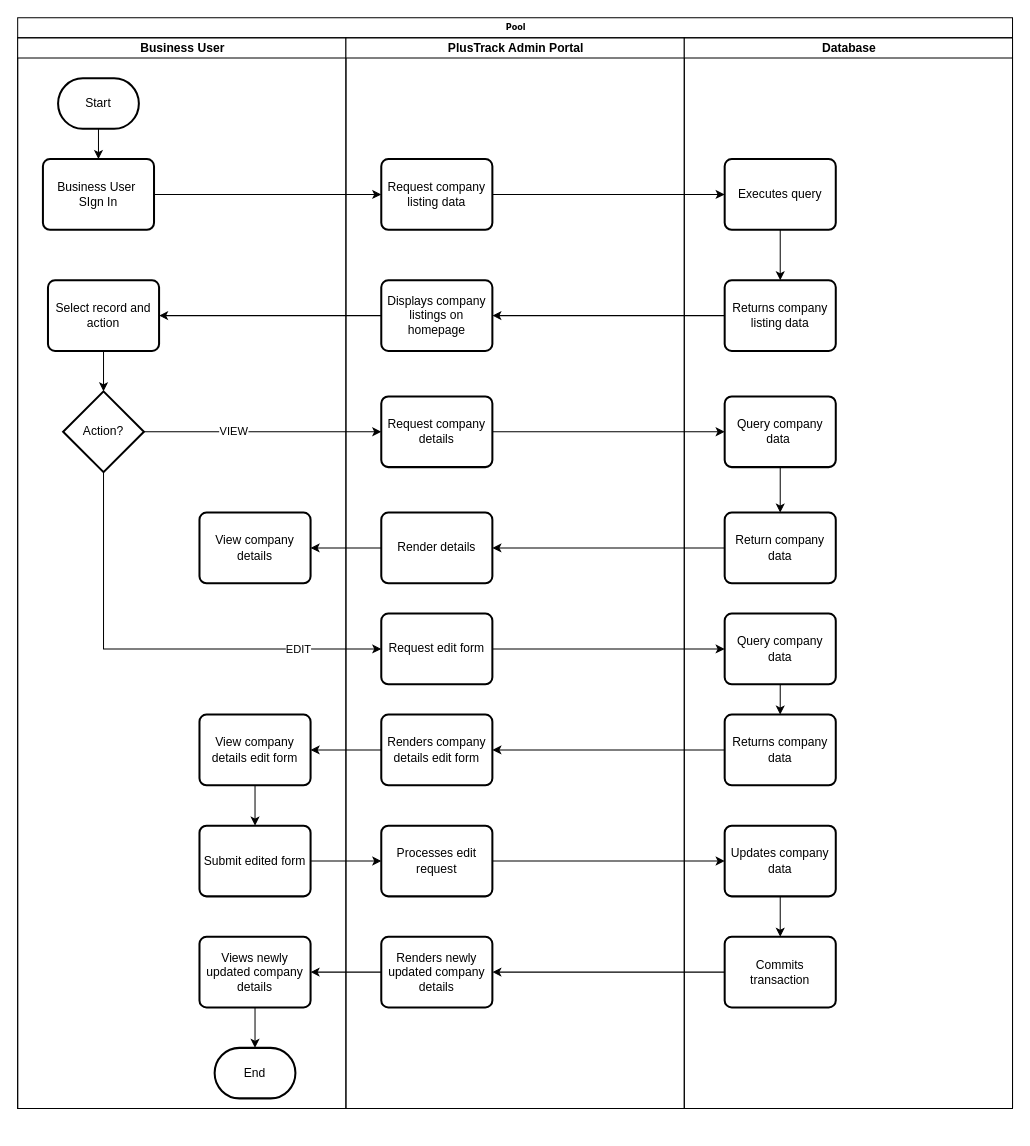
Earlier version of the draw.io diagram page "Page-1" (1 of 4) of Untitled Diagram.drawio (Marcus-141/DrawIOFiles). Source tidied: cells renumbered, new cells numbered last; positions are measured from the earlier drawing's top-left corner, leaving out a move shared by most shapes. Both pictures are drawn from the tidied source at 101%, with x=0, y=0 at pixel (17, 17).
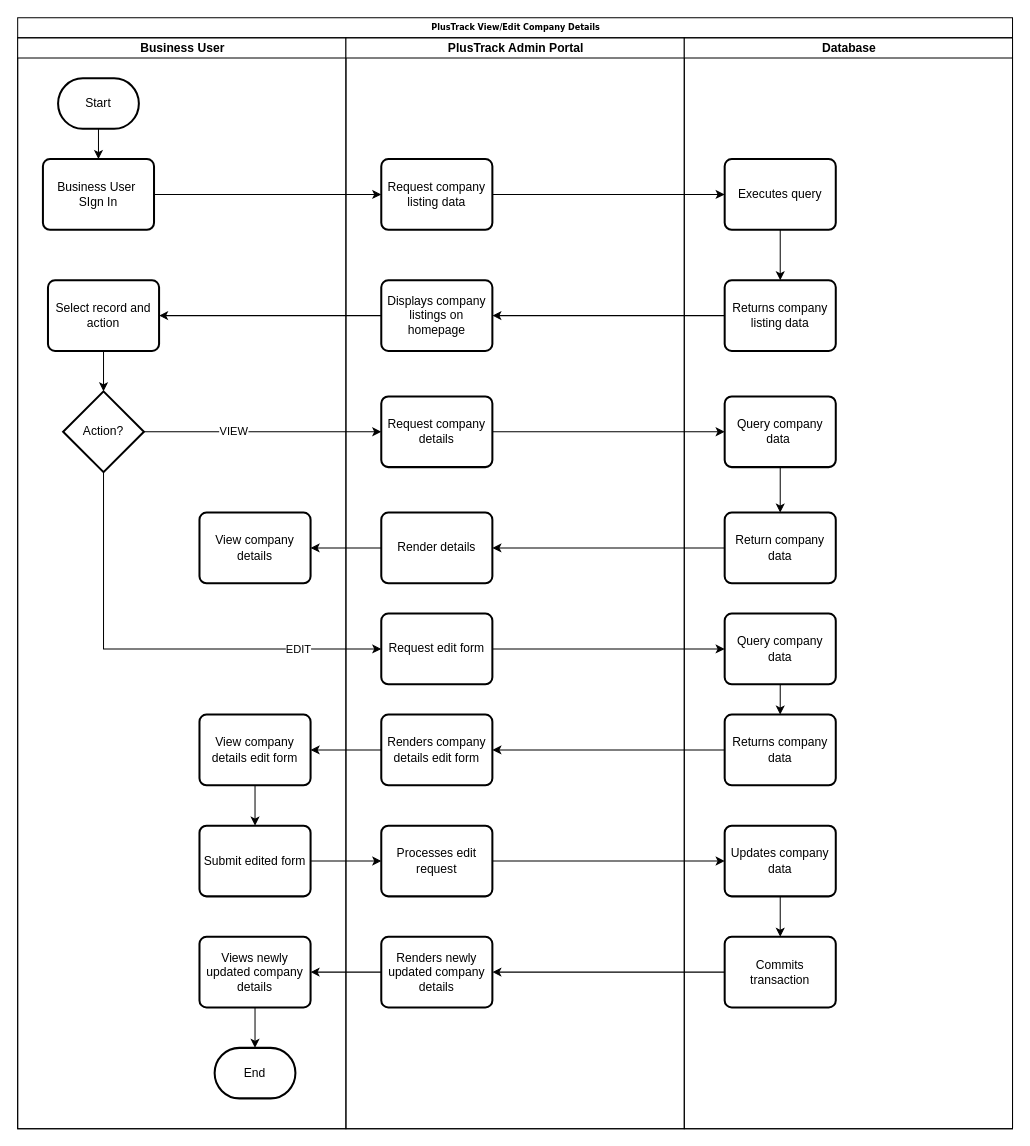
Above is the later version.

Diff of the diagram source:
```diff
@@
-    <mxCell id="2" value="Pool" style="swimlane;html=1;startSize=20;rounded=0;shadow=0;labelBackgroundColor=none;strokeWidth=1;fontFamily=Verdana;fontSize=8;align=center;" parent="1" vertex="1">
-      <mxGeometry width="985" height="1080" as="geometry" />
+    <mxCell id="2" value="PlusTrack View/Edit Company Details" style="swimlane;html=1;startSize=20;rounded=0;shadow=0;labelBackgroundColor=none;strokeWidth=1;fontFamily=Verdana;fontSize=8;align=center;" parent="1" vertex="1">
+      <mxGeometry width="985" height="1100" as="geometry" />
     </mxCell>
     <mxCell id="3" value="Business User" style="swimlane;html=1;startSize=20;" parent="2" vertex="1">
-      <mxGeometry y="20" width="325" height="1060" as="geometry" />
+      <mxGeometry y="20" width="325" height="1080" as="geometry" />
     </mxCell>
@@
     <mxCell id="17" value="PlusTrack Admin Portal" style="swimlane;html=1;startSize=20;" parent="2" vertex="1">
-      <mxGeometry x="325" y="20" width="335" height="1060" as="geometry" />
+      <mxGeometry x="325" y="20" width="335" height="1080" as="geometry" />
     </mxCell>
@@
     <mxCell id="26" value="Database" style="swimlane;html=1;startSize=20;" parent="2" vertex="1">
-      <mxGeometry x="660" y="20" width="325" height="1060" as="geometry" />
+      <mxGeometry x="660" y="20" width="325" height="1080" as="geometry" />
     </mxCell>
```
